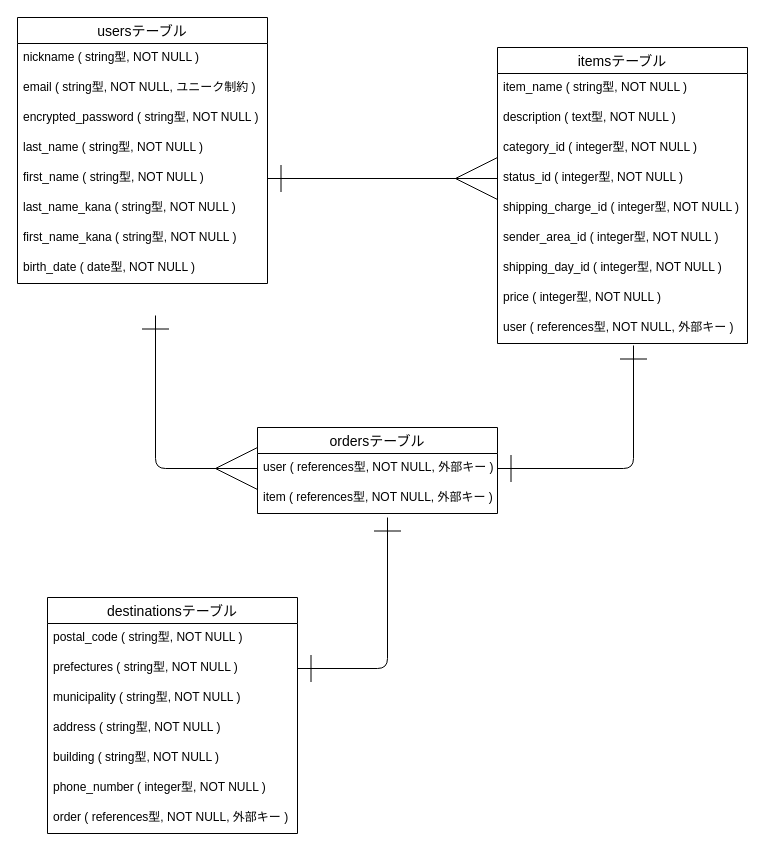
Above: ER.dio in shero37/furima-38746 (draw.io), before the change. Source tidied: cells renumbered, new cells numbered last; positions are measured from the earlier drawing's top-left corner, leaving out a move shared by most shapes. Both pictures are drawn from the tidied source at 100%, with x=0, y=0 at pixel (17, 17).
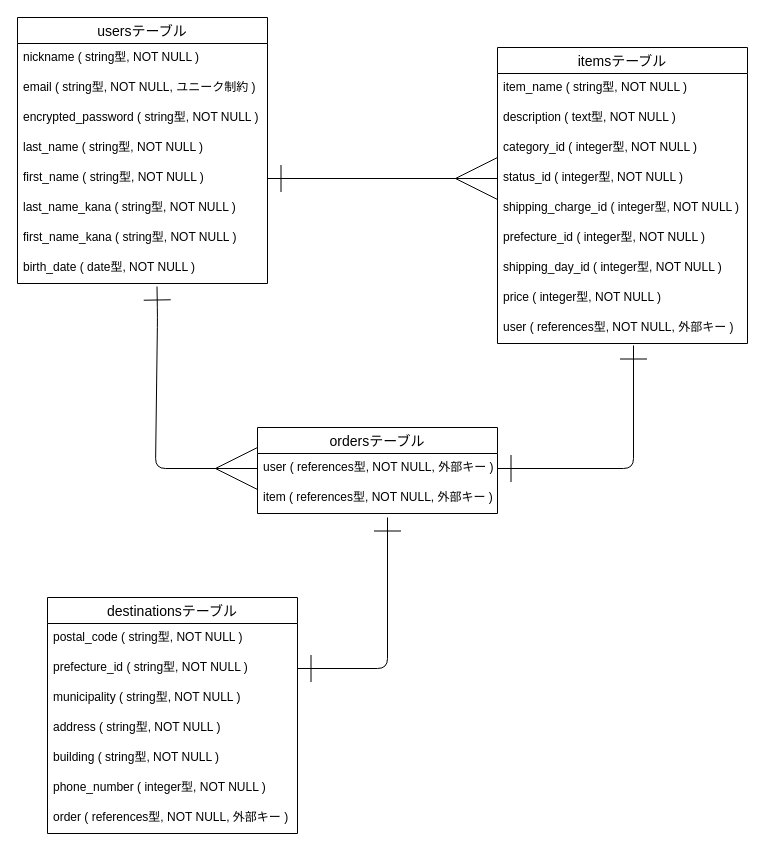
The same page after the edit.

Commit message (it also covers changes not shown here):
都道府県を扱うカラム名を統一

The change refers to these unchanged cells:
```xml
<mxCell id="10" value="birth_date ( date型, NOT NULL )" style="text;strokeColor=none;fillColor=none;spacingLeft=4;spacingRight=4;overflow=hidden;points=[[0,0.5],[1,0.5]];portConstraint=eastwest;fontSize=12;" parent="2" vertex="1">
  <mxGeometry y="236" width="250" height="30" as="geometry" />
</mxCell>
<mxCell id="11" value="itemsテーブル" style="swimlane;fontStyle=0;horizontal=1;startSize=26;align=center;fontSize=14;swimlaneFillColor=default;" parent="1" vertex="1">
  <mxGeometry x="480" y="30" width="250" height="296" as="geometry" />
</mxCell>
<mxCell id="22" value="destinationsテーブル" style="swimlane;fontStyle=0;horizontal=1;startSize=26;align=center;fontSize=14;" parent="1" vertex="1">
  <mxGeometry x="30" y="580" width="250" height="236" as="geometry" />
</mxCell>
<mxCell id="31" value="user ( references型, NOT NULL, 外部キー )" style="text;strokeColor=none;fillColor=none;spacingLeft=4;spacingRight=4;overflow=hidden;points=[[0,0.5],[1,0.5]];portConstraint=eastwest;fontSize=12;" parent="30" vertex="1">
  <mxGeometry y="26" width="240" height="30" as="geometry" />
</mxCell>
```

Diff of the diagram source:
```diff
@@
-    <mxCell id="17" value="sender_area_id ( integer型, NOT NULL )" style="text;strokeColor=none;fillColor=none;spacingLeft=4;spacingRight=4;overflow=hidden;fontSize=12;" parent="11" vertex="1">
+    <mxCell id="17" value="prefecture_id ( integer型, NOT NULL )" style="text;strokeColor=none;fillColor=none;spacingLeft=4;spacingRight=4;overflow=hidden;fontSize=12;" parent="11" vertex="1">
       <mxGeometry y="176" width="250" height="30" as="geometry" />
     </mxCell>
@@
-    <mxCell id="24" value="prefectures ( string型, NOT NULL )" style="text;strokeColor=none;fillColor=none;spacingLeft=4;spacingRight=4;overflow=hidden;points=[[0,0.5],[1,0.5]];portConstraint=eastwest;fontSize=12;" parent="22" vertex="1">
+    <mxCell id="24" value="prefecture_id ( string型, NOT NULL )" style="text;strokeColor=none;fillColor=none;spacingLeft=4;spacingRight=4;overflow=hidden;points=[[0,0.5],[1,0.5]];portConstraint=eastwest;fontSize=12;" parent="22" vertex="1">
       <mxGeometry y="56" width="250" height="30" as="geometry" />
     </mxCell>
@@
-    <mxCell id="33" style="edgeStyle=none;html=1;exitX=0;exitY=0.5;exitDx=0;exitDy=0;entryX=0.552;entryY=1.067;entryDx=0;entryDy=0;entryPerimeter=0;startArrow=ERmany;startFill=0;endArrow=ERone;endFill=0;endSize=25;startSize=40;" parent="1" edge="1" source="31">
+    <mxCell id="33" style="edgeStyle=none;html=1;exitX=0;exitY=0.5;exitDx=0;exitDy=0;entryX=0.558;entryY=1.1;entryDx=0;entryDy=0;entryPerimeter=0;startArrow=ERmany;startFill=0;endArrow=ERone;endFill=0;endSize=25;startSize=40;" parent="1" edge="1" source="31" target="10">
       <mxGeometry relative="1" as="geometry">
-        <mxPoint x="138" y="298" as="targetPoint" />
         <Array as="points">
           <mxPoint x="138" y="451" />
+          <mxPoint x="140" y="300" />
         </Array>
       </mxGeometry>
     </mxCell>
```
